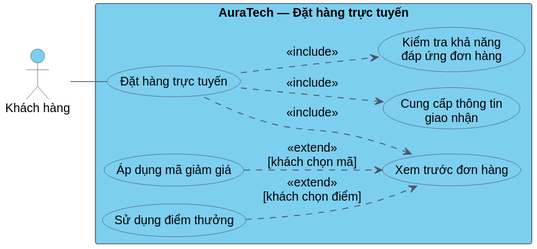
The PlantUML diagram docs/bao-cao/chuong-2-dat-hang-thanh-toan/diagrams/dat-hang/01-use-case.svg in Thuannd24/Graduation-Project, before a commit.
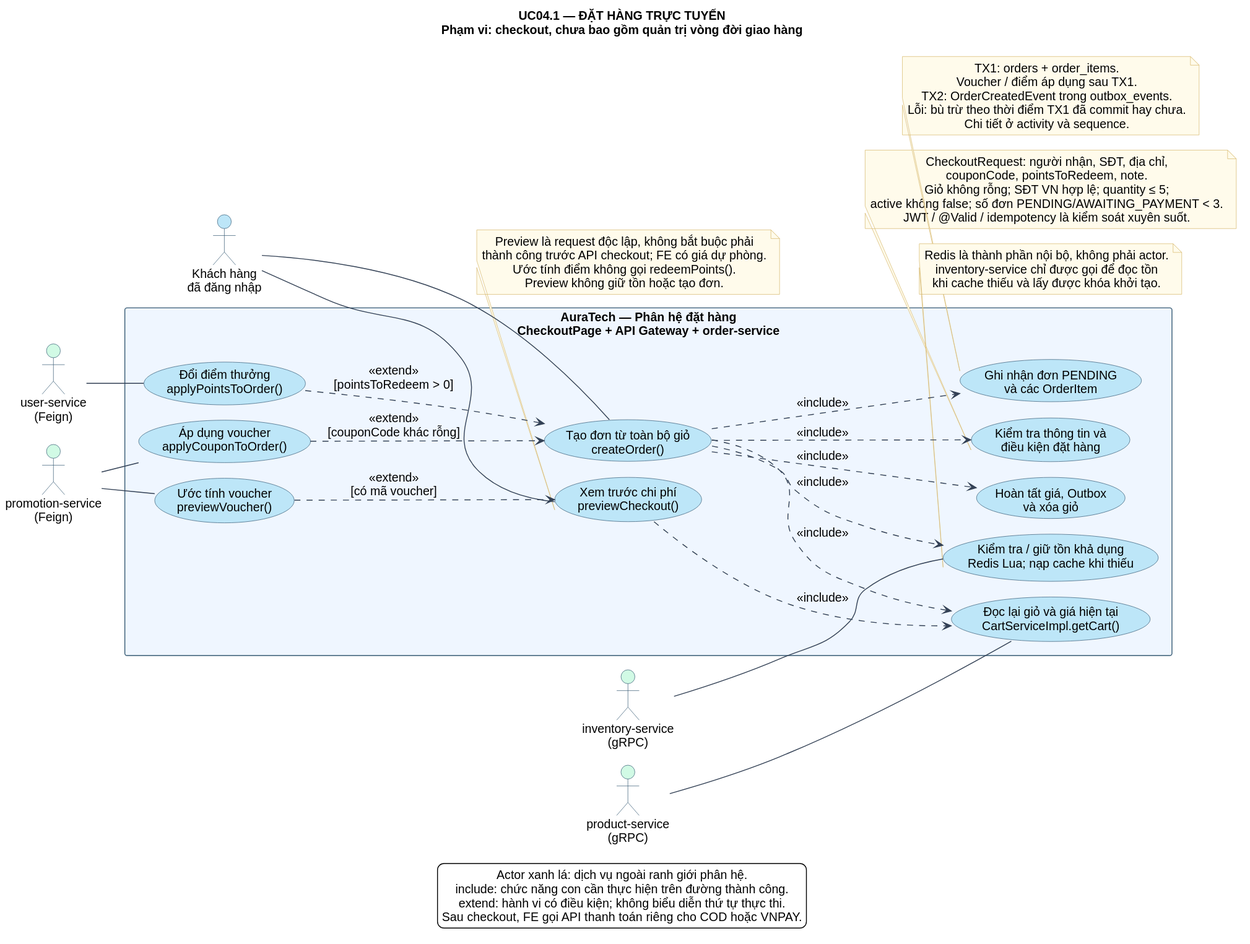
Above is the later version.

Diff of the diagram source:
```diff
@@ -3,32 +3,92 @@
 skinparam defaultFontName Arial
 skinparam defaultFontSize 14
 skinparam shadowing false
-skinparam ArrowColor #4B5563
+skinparam ArrowColor #334155
 skinparam ArrowThickness 1
 skinparam defaultTextAlignment center
-skinparam actorBorderColor #4B5563
-skinparam actorBackgroundColor #7DCFF0
+skinparam NoteBackgroundColor #FFFBEB
+skinparam NoteBorderColor #D6B669
+skinparam actorBackgroundColor #BDE6F8
+skinparam actorBorderColor #365A73
+skinparam usecaseBackgroundColor #BDE6F8
+skinparam usecaseBorderColor #365A73
+skinparam rectangleBackgroundColor #EFF6FF
+skinparam rectangleBorderColor #365A73
+skinparam stateBackgroundColor #BDE6F8
+skinparam stateBorderColor #365A73
+skinparam activityBackgroundColor #BDE6F8
+skinparam activityBorderColor #365A73
+skinparam activityDiamondBackgroundColor #FEF3C7
+skinparam activityDiamondBorderColor #365A73
+skinparam swimlaneTitleBackgroundColor #EFF6FF
+skinparam swimlaneTitleFontStyle bold
+skinparam swimlaneBorderColor #94A3B8
+
 !pragma layout smetana
 left to right direction
-skinparam rectangleBackgroundColor #7DCFF0
-skinparam rectangleBorderColor #4B5563
-skinparam usecaseBackgroundColor #7DCFF0
-skinparam usecaseBorderColor #4B5563
-skinparam usecaseFontSize 14
-
-actor "Khách hàng" as Customer
-rectangle "AuraTech — Đặt hàng trực tuyến" {
-  usecase "Đặt hàng trực tuyến" as Order
-  usecase "Xem trước đơn hàng" as Preview
-  usecase "Cung cấp thông tin\ngiao nhận" as Shipping
-  usecase "Kiểm tra khả năng\nđáp ứng đơn hàng" as Availability
-  usecase "Áp dụng mã giảm giá" as Voucher
-  usecase "Sử dụng điểm thưởng" as Points
+title UC04.1 — ĐẶT HÀNG TRỰC TUYẾN\nPhạm vi: checkout, chưa bao gồm quản trị vòng đời giao hàng
+actor "Khách hàng\nđã đăng nhập" as Customer
+actor "product-service\n(gRPC)" as Product #D1FAE5
+actor "inventory-service\n(gRPC)" as Inventory #D1FAE5
+actor "promotion-service\n(Feign)" as Promotion #D1FAE5
+actor "user-service\n(Feign)" as User #D1FAE5
+rectangle "AuraTech — Phân hệ đặt hàng\nCheckoutPage + API Gateway + order-service" {
+  usecase "Xem trước chi phí\npreviewCheckout()" as Preview
+  usecase "Tạo đơn từ toàn bộ giỏ\ncreateOrder()" as Checkout
+  usecase "Đọc lại giỏ và giá hiện tại\nCartServiceImpl.getCart()" as Reprice
+  usecase "Kiểm tra thông tin và\nđiều kiện đặt hàng" as Validate
+  usecase "Kiểm tra / giữ tồn khả dụng\nRedis Lua; nạp cache khi thiếu" as Stock
+  usecase "Ghi nhận đơn PENDING\nvà các OrderItem" as Persist
+  usecase "Hoàn tất giá, Outbox\nvà xóa giỏ" as Complete
+  usecase "Áp dụng voucher\napplyCouponToOrder()" as Voucher
+  usecase "Đổi điểm thưởng\napplyPointsToOrder()" as Points
+  usecase "Ước tính voucher\npreviewVoucher()" as PreviewVoucher
 }
-Customer -- Order
-Order ..> Preview : <<include>>
-Order ..> Shipping : <<include>>
-Order ..> Availability : <<include>>
-Voucher ..> Preview : <<extend>>\n[khách chọn mã]
-Points ..> Preview : <<extend>>\n[khách chọn điểm]
+Customer -- Preview
+Customer -- Checkout
+Preview ..> Reprice : <<include>>
+Checkout ..> Reprice : <<include>>
+Checkout ..> Validate : <<include>>
+Checkout ..> Stock : <<include>>
+Checkout ..> Persist : <<include>>
+Checkout ..> Complete : <<include>>
+Voucher ..> Checkout : <<extend>>\n[couponCode khác rỗng]
+Points ..> Checkout : <<extend>>\n[pointsToRedeem > 0]
+PreviewVoucher ..> Preview : <<extend>>\n[có mã voucher]
+Product -- Reprice
+Inventory -- Stock
+Promotion -- Voucher
+Promotion -- PreviewVoucher
+User -- Points
+note bottom of Validate
+  CheckoutRequest: người nhận, SĐT, địa chỉ,
+  couponCode, pointsToRedeem, note.
+  Giỏ không rỗng; SĐT VN hợp lệ; quantity ≤ 5;
+  active không false; số đơn PENDING/AWAITING_PAYMENT < 3.
+  JWT / @Valid / idempotency là kiểm soát xuyên suốt.
+end note
+note bottom of Persist
+  TX1: orders + order_items.
+  Voucher / điểm áp dụng sau TX1.
+  TX2: OrderCreatedEvent trong outbox_events.
+  Lỗi: bù trừ theo thời điểm TX1 đã commit hay chưa.
+  Chi tiết ở activity và sequence.
+end note
+note bottom of Preview
+  Preview là request độc lập, không bắt buộc phải
+  thành công trước API checkout; FE có giá dự phòng.
+  Ước tính điểm không gọi redeemPoints().
+  Preview không giữ tồn hoặc tạo đơn.
+end note
+note bottom of Stock
+  Redis là thành phần nội bộ, không phải actor.
+  inventory-service chỉ được gọi để đọc tồn
+  khi cache thiếu và lấy được khóa khởi tạo.
+end note
+legend bottom
+  Actor xanh lá: dịch vụ ngoài ranh giới phân hệ.
+  include: chức năng con cần thực hiện trên đường thành công.
+  extend: hành vi có điều kiện; không biểu diễn thứ tự thực thi.
+  Sau checkout, FE gọi API thanh toán riêng cho COD hoặc VNPAY.
+endlegend
 @enduml
```
